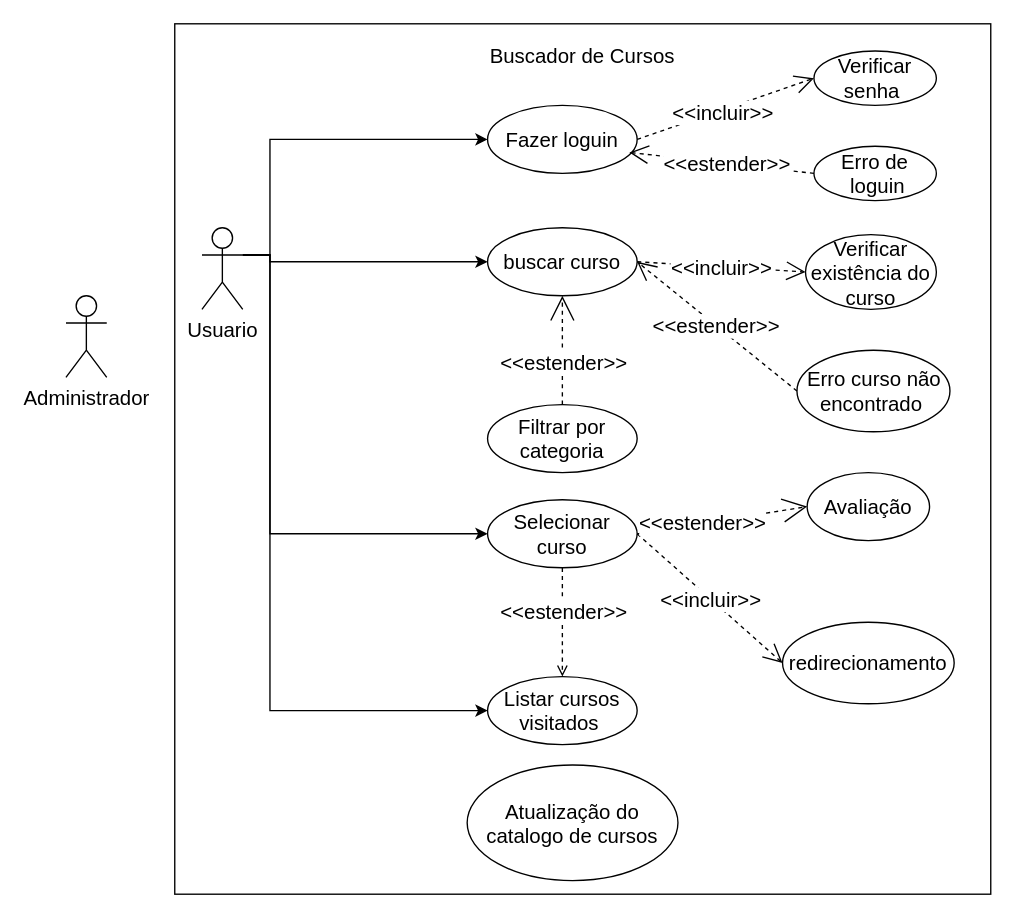
Before: page "Página-1" (1 of 2) of Diagramação/diagrama_de_caso_de_uso-buscador.drawio in FG333k/projeto_buscador, a draw.io diagram. Source tidied: cells renumbered, new cells numbered last; positions are measured from the earlier drawing's top-left corner, leaving out a move shared by most shapes. Both pictures are drawn from the tidied source at 136%, with x=0, y=0 at pixel (65, 23).
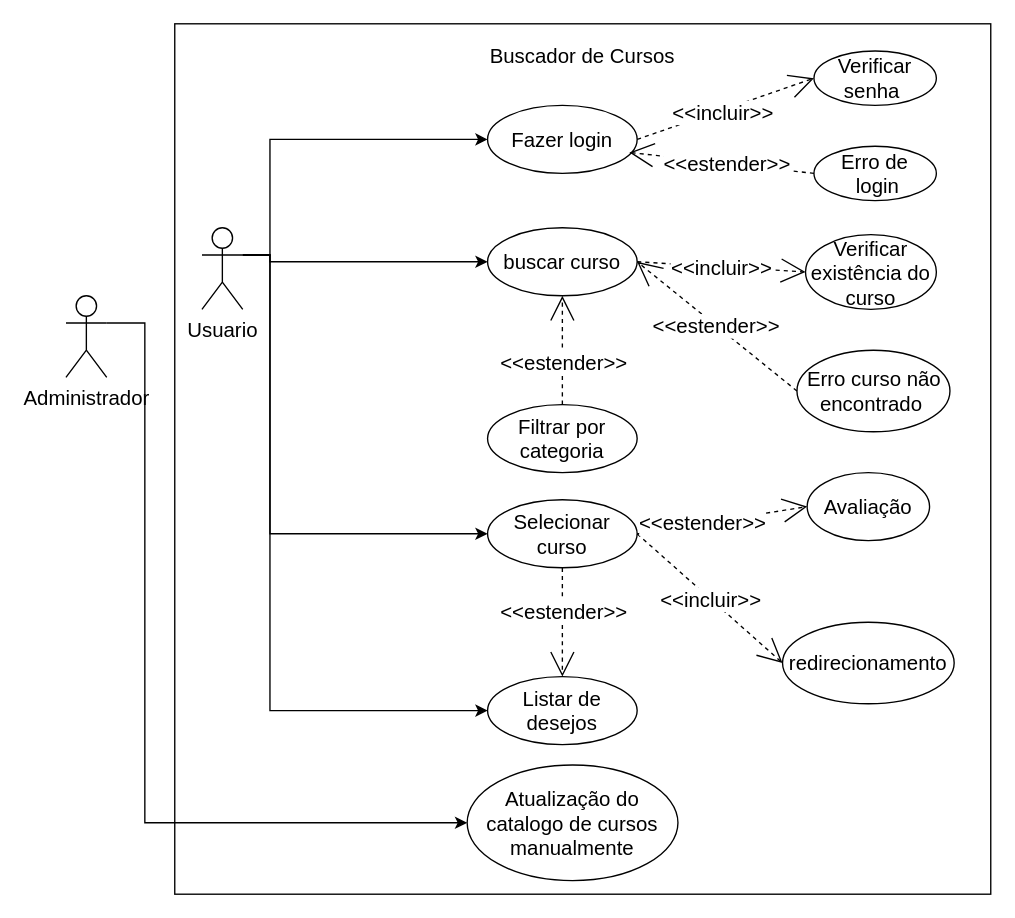
Above is the later version.

Commit message (it also covers changes not shown here):
Atualização da doumentação

The change refers to these unchanged cells:
```xml
<mxCell id="4" value="buscar curso" style="ellipse;whiteSpace=wrap;html=1;fontSize=15;" parent="1" vertex="1">
  <mxGeometry x="310" y="150" width="110" height="50" as="geometry" />
</mxCell>
<mxCell id="7" value="Selecionar curso" style="ellipse;whiteSpace=wrap;html=1;fontSize=15;" parent="1" vertex="1">
  <mxGeometry x="310" y="350" width="110" height="50" as="geometry" />
</mxCell>
<mxCell id="14" value="Verificar senha&amp;nbsp;" style="ellipse;whiteSpace=wrap;html=1;fontSize=15;" parent="1" vertex="1">
  <mxGeometry x="550" y="20" width="90" height="40" as="geometry" />
</mxCell>
<mxCell id="15" value="Administrador" style="shape=umlActor;verticalLabelPosition=bottom;verticalAlign=top;html=1;fontSize=15;" parent="1" vertex="1">
  <mxGeometry y="200" width="30" height="60" as="geometry" />
</mxCell>
<mxCell id="17" value="&lt;font&gt;Verificar existência do curso&lt;/font&gt;" style="ellipse;whiteSpace=wrap;html=1;fontSize=15;" parent="1" vertex="1">
  <mxGeometry x="543.8" y="155" width="96.2" height="55" as="geometry" />
</mxCell>
<mxCell id="21" value="Erro curso não encontrado&amp;nbsp;" style="ellipse;whiteSpace=wrap;html=1;fontSize=15;" parent="1" vertex="1">
  <mxGeometry x="537.5" y="240" width="112.5" height="60" as="geometry" />
</mxCell>
<mxCell id="26" value="redirecionamento" style="ellipse;whiteSpace=wrap;html=1;fontSize=15;" parent="1" vertex="1">
  <mxGeometry x="526.9" y="440" width="126.2" height="60" as="geometry" />
</mxCell>
```

What changed in the source:
```diff
@@
-    <mxCell id="3" value="Fazer loguin" style="ellipse;whiteSpace=wrap;html=1;fontSize=15;" parent="1" vertex="1">
+    <mxCell id="3" value="Fazer login" style="ellipse;whiteSpace=wrap;html=1;fontSize=15;" parent="1" vertex="1">
       <mxGeometry x="310" y="60" width="110" height="50" as="geometry" />
     </mxCell>
@@
-    <mxCell id="5" style="edgeStyle=orthogonalEdgeStyle;rounded=0;jettySize=auto;html=1;exitX=0.5;exitY=1;exitDx=0;exitDy=0;entryX=0.5;entryY=0;entryDx=0;entryDy=0;dashed=1;endArrow=open;endFill=0;fontSize=15;" parent="1" edge="1" source="7" target="30">
+    <mxCell id="5" style="edgeStyle=orthogonalEdgeStyle;rounded=0;jettySize=auto;html=1;exitX=0.5;exitY=1;exitDx=0;exitDy=0;entryX=0.5;entryY=0;entryDx=0;entryDy=0;dashed=1;endArrow=open;endFill=0;fontSize=15;endSize=16;" parent="1" edge="1" source="7" target="30">
       <mxGeometry relative="1" as="geometry" />
     </mxCell>
@@
+    <mxCell id="32" style="edgeStyle=orthogonalEdgeStyle;rounded=0;jettySize=auto;html=1;exitX=1;exitY=0.3333333333333333;exitDx=0;exitDy=0;exitPerimeter=0;entryX=0;entryY=0.5;entryDx=0;entryDy=0;" parent="1" edge="1" source="15" target="31">
+      <mxGeometry relative="1" as="geometry">
+        <Array as="points">
+          <mxPoint x="58" y="220" />
+          <mxPoint x="58" y="588" />
+        </Array>
+      </mxGeometry>
+    </mxCell>
@@
-    <mxCell id="16" value="Erro de&lt;div&gt;&amp;nbsp;loguin&lt;/div&gt;" style="ellipse;whiteSpace=wrap;html=1;fontSize=15;" parent="1" vertex="1">
+    <mxCell id="16" value="Erro de&lt;div&gt;&amp;nbsp;login&lt;/div&gt;" style="ellipse;whiteSpace=wrap;html=1;fontSize=15;" parent="1" vertex="1">
       <mxGeometry x="550" y="90" width="90" height="40" as="geometry" />
     </mxCell>
@@
-    <mxCell id="18" value="&lt;div&gt;&lt;br&gt;&lt;/div&gt;&lt;div&gt;&lt;br&gt;&lt;/div&gt;" style="endArrow=open;endSize=12;dashed=1;html=1;rounded=0;exitX=1;exitY=0.5;exitDx=0;exitDy=0;entryX=0;entryY=0.5;entryDx=0;entryDy=0;fontSize=15;" parent="1" edge="1" source="3" target="14">
+    <mxCell id="18" value="&lt;div&gt;&lt;br&gt;&lt;/div&gt;&lt;div&gt;&lt;br&gt;&lt;/div&gt;" style="endArrow=open;endSize=16;dashed=1;html=1;rounded=0;exitX=1;exitY=0.5;exitDx=0;exitDy=0;entryX=0;entryY=0.5;entryDx=0;entryDy=0;fontSize=15;" parent="1" edge="1" source="3" target="14">
       <mxGeometry relative="1" as="geometry" />
     </mxCell>
@@
-    <mxCell id="20" value="&lt;font&gt;&amp;lt;&amp;lt;estender&amp;gt;&amp;gt;&lt;/font&gt;" style="endArrow=open;endSize=12;dashed=1;html=1;rounded=0;exitX=0;exitY=0.5;exitDx=0;exitDy=0;entryX=0.948;entryY=0.691;entryDx=0;entryDy=0;entryPerimeter=0;fontSize=15;" parent="1" edge="1" source="16" target="3">
+    <mxCell id="20" value="&lt;font&gt;&amp;lt;&amp;lt;estender&amp;gt;&amp;gt;&lt;/font&gt;" style="endArrow=open;endSize=16;dashed=1;html=1;rounded=0;exitX=0;exitY=0.5;exitDx=0;exitDy=0;entryX=0.948;entryY=0.691;entryDx=0;entryDy=0;entryPerimeter=0;fontSize=15;" parent="1" edge="1" source="16" target="3">
       <mxGeometry x="-0.07" relative="1" as="geometry" />
     </mxCell>
@@
-    <mxCell id="22" value="&lt;font&gt;&amp;lt;&amp;lt;incluir&amp;gt;&amp;gt;&lt;/font&gt;" style="endArrow=open;endSize=12;dashed=1;html=1;rounded=0;exitX=1;exitY=0.5;exitDx=0;exitDy=0;entryX=0;entryY=0.5;entryDx=0;entryDy=0;fontSize=15;" parent="1" edge="1" source="4" target="17">
+    <mxCell id="22" value="&lt;font&gt;&amp;lt;&amp;lt;incluir&amp;gt;&amp;gt;&lt;/font&gt;" style="endArrow=open;endSize=16;dashed=1;html=1;rounded=0;exitX=1;exitY=0.5;exitDx=0;exitDy=0;entryX=0;entryY=0.5;entryDx=0;entryDy=0;fontSize=15;" parent="1" edge="1" source="4" target="17">
       <mxGeometry relative="1" as="geometry" />
     </mxCell>
-    <mxCell id="23" value="&lt;font&gt;&amp;lt;&amp;lt;estender&amp;gt;&amp;gt;&lt;/font&gt;" style="endArrow=open;endSize=12;dashed=1;html=1;rounded=0;exitX=0;exitY=0.5;exitDx=0;exitDy=0;entryX=1;entryY=0.5;entryDx=0;entryDy=0;fontSize=15;" parent="1" edge="1" source="21" target="4">
+    <mxCell id="23" value="&lt;font&gt;&amp;lt;&amp;lt;estender&amp;gt;&amp;gt;&lt;/font&gt;" style="endArrow=open;endSize=16;dashed=1;html=1;rounded=0;exitX=0;exitY=0.5;exitDx=0;exitDy=0;entryX=1;entryY=0.5;entryDx=0;entryDy=0;fontSize=15;" parent="1" edge="1" source="21" target="4">
       <mxGeometry relative="1" as="geometry" />
     </mxCell>
@@
-    <mxCell id="27" value="&lt;font&gt;&amp;lt;&amp;lt;incluir&amp;gt;&amp;gt;&lt;/font&gt;" style="endArrow=open;endSize=12;dashed=1;html=1;rounded=0;exitX=1;exitY=0.5;exitDx=0;exitDy=0;entryX=0;entryY=0.5;entryDx=0;entryDy=0;fontSize=15;" parent="1" edge="1" source="7" target="26">
+    <mxCell id="27" value="&lt;font&gt;&amp;lt;&amp;lt;incluir&amp;gt;&amp;gt;&lt;/font&gt;" style="endArrow=open;endSize=16;dashed=1;html=1;rounded=0;exitX=1;exitY=0.5;exitDx=0;exitDy=0;entryX=0;entryY=0.5;entryDx=0;entryDy=0;fontSize=15;" parent="1" edge="1" source="7" target="26">
       <mxGeometry relative="1" as="geometry" />
     </mxCell>
@@
-    <mxCell id="30" value="Listar cursos visitados&amp;nbsp;" style="ellipse;whiteSpace=wrap;html=1;fontSize=15;" parent="1" vertex="1">
+    <mxCell id="30" value="Listar de desejos" style="ellipse;whiteSpace=wrap;html=1;fontSize=15;" parent="1" vertex="1">
       <mxGeometry x="310" y="480" width="110" height="50" as="geometry" />
     </mxCell>
-    <mxCell id="31" value="Atualização do catalogo de cursos" style="ellipse;whiteSpace=wrap;html=1;fontSize=15;" parent="1" vertex="1">
+    <mxCell id="31" value="Atualização do catalogo de cursos&lt;div&gt;manualmente&lt;/div&gt;" style="ellipse;whiteSpace=wrap;html=1;fontSize=15;" parent="1" vertex="1">
       <mxGeometry x="295" y="545" width="155" height="85" as="geometry" />
     </mxCell>
```
